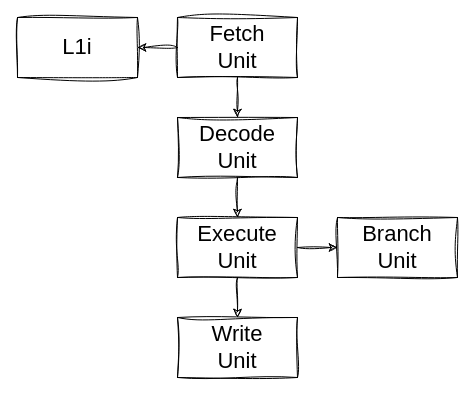
Above: page "mvm-3" (3 of 5) of res/majorana.drawio in teivah/majorana (draw.io), before the change. Source tidied: cells renumbered, new cells numbered last; positions are measured from the earlier drawing's top-left corner, leaving out a move shared by most shapes. Both pictures are drawn from the tidied source at 100%, with x=0, y=0 at pixel (17, 17).
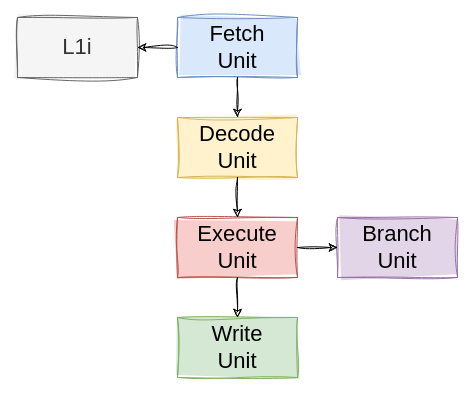
The same page after the edit.

What changed in the source:
```diff
@@
 <mxGraphModel>
   <root>
     <mxCell id="0" />
     <mxCell id="1" parent="0" />
-    <mxCell id="2" value="Fetch&lt;br&gt;Unit" style="rounded=0;whiteSpace=wrap;html=1;sketch=1;curveFitting=1;jiggle=2;fontSize=22;" parent="1" vertex="1">
+    <mxCell id="2" value="Fetch&lt;br&gt;Unit" style="rounded=0;whiteSpace=wrap;html=1;sketch=1;curveFitting=1;jiggle=2;fontSize=22;fillColor=#dae8fc;strokeColor=#6c8ebf;fillStyle=solid;" parent="1" vertex="1">
       <mxGeometry x="160" width="120" height="60" as="geometry" />
     </mxCell>
-    <mxCell id="3" value="Decode&lt;br&gt;Unit" style="rounded=0;whiteSpace=wrap;html=1;sketch=1;curveFitting=1;jiggle=2;fontSize=22;" parent="1" vertex="1">
+    <mxCell id="3" value="Decode&lt;br&gt;Unit" style="rounded=0;whiteSpace=wrap;html=1;sketch=1;curveFitting=1;jiggle=2;fontSize=22;fillColor=#fff2cc;strokeColor=#d6b656;fillStyle=solid;" parent="1" vertex="1">
       <mxGeometry x="160" y="100" width="120" height="60" as="geometry" />
     </mxCell>
     <mxCell id="4" style="endArrow=classic;html=1;rounded=0;exitX=0.5;exitY=1;exitDx=0;exitDy=0;sketch=1;curveFitting=1;jiggle=2;" parent="1" edge="1" source="2" target="3">
       <mxGeometry relative="1" as="geometry" />
     </mxCell>
-    <mxCell id="5" value="Execute&lt;br&gt;Unit" style="rounded=0;whiteSpace=wrap;html=1;sketch=1;curveFitting=1;jiggle=2;fontSize=22;" parent="1" vertex="1">
+    <mxCell id="5" value="Execute&lt;br&gt;Unit" style="rounded=0;whiteSpace=wrap;html=1;sketch=1;curveFitting=1;jiggle=2;fontSize=22;fillStyle=solid;fillColor=#f8cecc;strokeColor=#b85450;" parent="1" vertex="1">
       <mxGeometry x="160" y="200" width="120" height="60" as="geometry" />
     </mxCell>
-    <mxCell id="6" value="Write&lt;br&gt;Unit" style="rounded=0;whiteSpace=wrap;html=1;sketch=1;curveFitting=1;jiggle=2;fontSize=22;" parent="1" vertex="1">
+    <mxCell id="6" value="Write&lt;br&gt;Unit" style="rounded=0;whiteSpace=wrap;html=1;sketch=1;curveFitting=1;jiggle=2;fontSize=22;fillStyle=solid;fillColor=#d5e8d4;strokeColor=#82b366;" parent="1" vertex="1">
       <mxGeometry x="160" y="300" width="120" height="60" as="geometry" />
     </mxCell>
     <mxCell id="7" style="endArrow=classic;html=1;rounded=0;sketch=1;curveFitting=1;jiggle=2;entryX=0.5;entryY=0;entryDx=0;entryDy=0;" parent="1" edge="1" target="5">
       <mxGeometry relative="1" as="geometry">
         <mxPoint x="220" y="160" as="sourcePoint" />
       </mxGeometry>
     </mxCell>
     <mxCell id="8" style="endArrow=classic;html=1;rounded=0;sketch=1;curveFitting=1;jiggle=2;entryX=0.5;entryY=0;entryDx=0;entryDy=0;exitX=0.5;exitY=1;exitDx=0;exitDy=0;" parent="1" edge="1" source="5" target="6">
       <mxGeometry relative="1" as="geometry" />
     </mxCell>
-    <mxCell id="9" value="L1i" style="rounded=0;whiteSpace=wrap;html=1;sketch=1;curveFitting=1;jiggle=2;fontSize=22;" parent="1" vertex="1">
+    <mxCell id="9" value="L1i" style="rounded=0;whiteSpace=wrap;html=1;sketch=1;curveFitting=1;jiggle=2;fontSize=22;fillStyle=solid;fillColor=#f5f5f5;fontColor=#333333;strokeColor=#666666;" parent="1" vertex="1">
       <mxGeometry width="120" height="60" as="geometry" />
     </mxCell>
     <mxCell id="10" style="endArrow=classic;html=1;rounded=0;exitX=0;exitY=0.5;exitDx=0;exitDy=0;sketch=1;curveFitting=1;jiggle=2;entryX=1;entryY=0.5;entryDx=0;entryDy=0;" parent="1" edge="1" source="2" target="9">
       <mxGeometry relative="1" as="geometry" />
     </mxCell>
-    <mxCell id="11" value="Branch&lt;br&gt;Unit" style="rounded=0;whiteSpace=wrap;html=1;sketch=1;curveFitting=1;jiggle=2;fontSize=22;" parent="1" vertex="1">
+    <mxCell id="11" value="Branch&lt;br&gt;Unit" style="rounded=0;whiteSpace=wrap;html=1;sketch=1;curveFitting=1;jiggle=2;fontSize=22;fillStyle=solid;fillColor=#e1d5e7;strokeColor=#9673a6;" parent="1" vertex="1">
       <mxGeometry x="320" y="200" width="120" height="60" as="geometry" />
     </mxCell>
     <mxCell id="12" style="endArrow=classic;html=1;rounded=0;sketch=1;curveFitting=1;jiggle=2;entryX=0;entryY=0.5;entryDx=0;entryDy=0;exitX=1;exitY=0.5;exitDx=0;exitDy=0;" parent="1" edge="1" source="5" target="11">
       <mxGeometry relative="1" as="geometry" />
     </mxCell>
   </root>
 </mxGraphModel>
```
